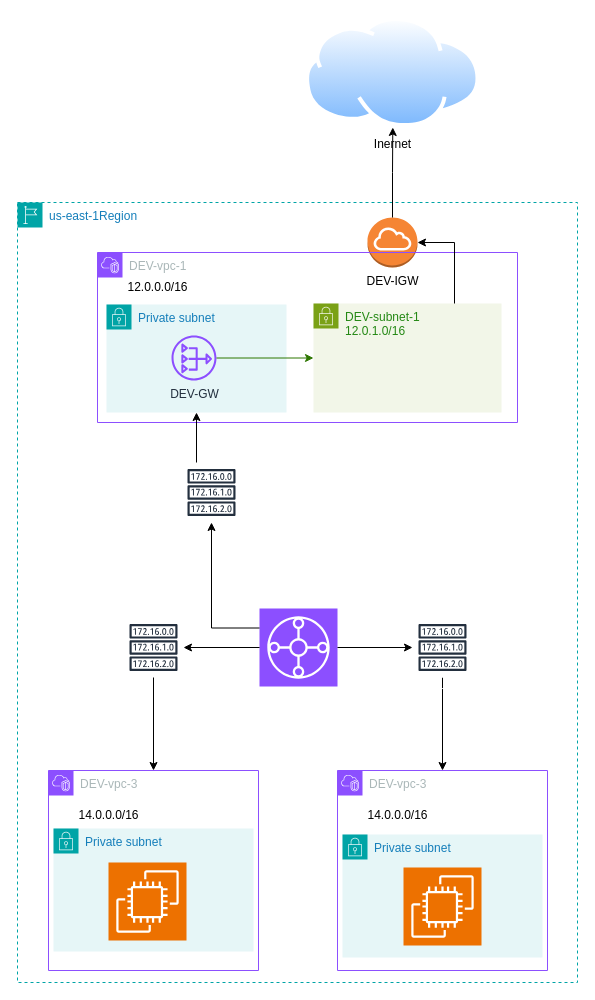
Mohamed-Eleraki/terraform keeps this draw.io diagram as AWS_Demo/04-Article-TransitGateway/TransitGateway-demo-2.drawio. Above is the earlier version. Source tidied: cells renumbered, new cells numbered last; positions are measured from the earlier drawing's top-left corner, leaving out a move shared by most shapes. Both pictures are drawn from the tidied source at 100%, with x=0, y=0 at pixel (17, 17).
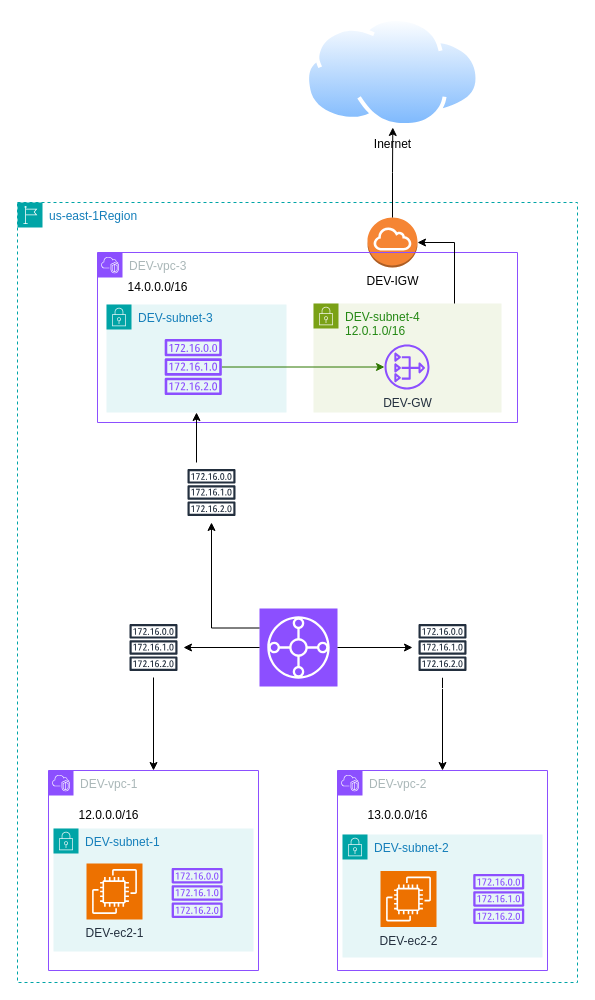
After the change.

The change refers to these unchanged cells:
```xml
<mxCell id="2" value="us-east-1Region" style="gradientColor=none;html=1;whiteSpace=wrap;fontSize=12;fontStyle=0;shape=mxgraph.aws4.group;grIcon=mxgraph.aws4.group_region;strokeColor=#00A4A6;fillColor=none;verticalAlign=top;align=left;spacingLeft=30;fontColor=#147EBA;dashed=1;" parent="1" vertex="1">
  <mxGeometry y="185" width="560" height="780" as="geometry" />
</mxCell>
```

The edit, as a diff of the source:
```diff
@@
-    <mxCell id="3" value="DEV-vpc-3" style="points=[[0,0],[0.25,0],[0.5,0],[0.75,0],[1,0],[1,0.25],[1,0.5],[1,0.75],[1,1],[0.75,1],[0.5,1],[0.25,1],[0,1],[0,0.75],[0,0.5],[0,0.25]];outlineConnect=0;gradientColor=none;html=1;whiteSpace=wrap;fontSize=12;fontStyle=0;shape=mxgraph.aws4.group;grIcon=mxgraph.aws4.group_vpc2;strokeColor=#8C4FFF;fillColor=none;verticalAlign=top;align=left;spacingLeft=30;fontColor=#AAB7B8;dashed=0;" parent="2" vertex="1">
+    <mxCell id="3" value="DEV-vpc-2" style="points=[[0,0],[0.25,0],[0.5,0],[0.75,0],[1,0],[1,0.25],[1,0.5],[1,0.75],[1,1],[0.75,1],[0.5,1],[0.25,1],[0,1],[0,0.75],[0,0.5],[0,0.25]];outlineConnect=0;gradientColor=none;html=1;whiteSpace=wrap;fontSize=12;fontStyle=0;shape=mxgraph.aws4.group;grIcon=mxgraph.aws4.group_vpc2;strokeColor=#8C4FFF;fillColor=none;verticalAlign=top;align=left;spacingLeft=30;fontColor=#AAB7B8;dashed=0;" parent="2" vertex="1">
       <mxGeometry x="320" y="568" width="210" height="200" as="geometry" />
     </mxCell>
-    <mxCell id="4" value="14.0.0.0/16" style="text;html=1;align=center;verticalAlign=middle;strokeColor=none;fillColor=none;" parent="3" vertex="1">
+    <mxCell id="4" value="13.0.0.0/16" style="text;html=1;align=center;verticalAlign=middle;strokeColor=none;fillColor=none;" parent="3" vertex="1">
       <mxGeometry x="20" y="30" width="80" height="30" as="geometry" />
     </mxCell>
-    <mxCell id="5" value="Private subnet" style="gradientColor=none;html=1;whiteSpace=wrap;fontSize=12;fontStyle=0;shape=mxgraph.aws4.group;grIcon=mxgraph.aws4.group_security_group;grStroke=0;strokeColor=#00A4A6;fillColor=#E6F6F7;verticalAlign=top;align=left;spacingLeft=30;fontColor=#147EBA;dashed=0;" parent="3" vertex="1">
+    <mxCell id="5" value="DEV-subnet-2" style="gradientColor=none;html=1;whiteSpace=wrap;fontSize=12;fontStyle=0;shape=mxgraph.aws4.group;grIcon=mxgraph.aws4.group_security_group;grStroke=0;strokeColor=#00A4A6;fillColor=#E6F6F7;verticalAlign=top;align=left;spacingLeft=30;fontColor=#147EBA;dashed=0;" parent="3" vertex="1">
       <mxGeometry x="5" y="64" width="200" height="123" as="geometry" />
     </mxCell>
-    <mxCell id="6" style="sketch=0;fontColor=#232F3E;fillColor=#ED7100;strokeColor=#ffffff;dashed=0;verticalLabelPosition=bottom;verticalAlign=top;align=center;html=1;fontSize=12;fontStyle=0;shape=mxgraph.aws4.resourceIcon;resIcon=mxgraph.aws4.ec2;" parent="5" vertex="1">
-      <mxGeometry x="61" y="33" width="78" height="78" as="geometry" />
-    </mxCell>
+    <mxCell id="31" value="DEV-ec2-2" style="sketch=0;fontColor=#232F3E;fillColor=#ED7100;strokeColor=#ffffff;dashed=0;verticalLabelPosition=bottom;verticalAlign=top;align=center;html=1;fontSize=12;fontStyle=0;shape=mxgraph.aws4.resourceIcon;resIcon=mxgraph.aws4.ec2;" parent="5" vertex="1">
+      <mxGeometry x="38" y="36.5" width="56" height="56" as="geometry" />
+    </mxCell>
+    <mxCell id="32" style="sketch=0;fontColor=#232F3E;gradientColor=none;fillColor=#8C4FFF;strokeColor=none;dashed=0;verticalLabelPosition=bottom;verticalAlign=top;align=center;html=1;fontSize=12;fontStyle=0;shape=mxgraph.aws4.route_table;" parent="5" vertex="1">
+      <mxGeometry x="130.6" y="39.5" width="51.3" height="50" as="geometry" />
+    </mxCell>
@@
-    <mxCell id="10" value="DEV-vpc-3" style="points=[[0,0],[0.25,0],[0.5,0],[0.75,0],[1,0],[1,0.25],[1,0.5],[1,0.75],[1,1],[0.75,1],[0.5,1],[0.25,1],[0,1],[0,0.75],[0,0.5],[0,0.25]];outlineConnect=0;gradientColor=none;html=1;whiteSpace=wrap;fontSize=12;fontStyle=0;shape=mxgraph.aws4.group;grIcon=mxgraph.aws4.group_vpc2;strokeColor=#8C4FFF;fillColor=none;verticalAlign=top;align=left;spacingLeft=30;fontColor=#AAB7B8;dashed=0;" parent="2" vertex="1">
+    <mxCell id="10" value="DEV-vpc-1" style="points=[[0,0],[0.25,0],[0.5,0],[0.75,0],[1,0],[1,0.25],[1,0.5],[1,0.75],[1,1],[0.75,1],[0.5,1],[0.25,1],[0,1],[0,0.75],[0,0.5],[0,0.25]];outlineConnect=0;gradientColor=none;html=1;whiteSpace=wrap;fontSize=12;fontStyle=0;shape=mxgraph.aws4.group;grIcon=mxgraph.aws4.group_vpc2;strokeColor=#8C4FFF;fillColor=none;verticalAlign=top;align=left;spacingLeft=30;fontColor=#AAB7B8;dashed=0;" parent="2" vertex="1">
       <mxGeometry x="31" y="568" width="210" height="200" as="geometry" />
     </mxCell>
-    <mxCell id="11" value="14.0.0.0/16" style="text;html=1;align=center;verticalAlign=middle;strokeColor=none;fillColor=none;" parent="10" vertex="1">
+    <mxCell id="11" value="12.0.0.0/16" style="text;html=1;align=center;verticalAlign=middle;strokeColor=none;fillColor=none;" parent="10" vertex="1">
       <mxGeometry x="20" y="30" width="80" height="30" as="geometry" />
     </mxCell>
@@
-    <mxCell id="19" value="DEV-vpc-1" style="gradientColor=none;html=1;whiteSpace=wrap;fontSize=12;fontStyle=0;shape=mxgraph.aws4.group;grIcon=mxgraph.aws4.group_vpc2;strokeColor=#8C4FFF;fillColor=none;verticalAlign=top;align=left;spacingLeft=30;fontColor=#AAB7B8;dashed=0;" parent="2" vertex="1">
+    <mxCell id="19" value="DEV-vpc-3" style="gradientColor=none;html=1;whiteSpace=wrap;fontSize=12;fontStyle=0;shape=mxgraph.aws4.group;grIcon=mxgraph.aws4.group_vpc2;strokeColor=#8C4FFF;fillColor=none;verticalAlign=top;align=left;spacingLeft=30;fontColor=#AAB7B8;dashed=0;" parent="2" vertex="1">
       <mxGeometry x="80" y="50" width="420" height="170" as="geometry" />
     </mxCell>
-    <mxCell id="20" value="DEV-subnet-1&lt;br&gt;12.0.1.0/16" style="points=[[0,0],[0.25,0],[0.5,0],[0.75,0],[1,0],[1,0.25],[1,0.5],[1,0.75],[1,1],[0.75,1],[0.5,1],[0.25,1],[0,1],[0,0.75],[0,0.5],[0,0.25]];outlineConnect=0;gradientColor=none;html=1;whiteSpace=wrap;fontSize=12;fontStyle=0;shape=mxgraph.aws4.group;grIcon=mxgraph.aws4.group_security_group;grStroke=0;strokeColor=#7AA116;fillColor=#F2F6E8;verticalAlign=top;align=left;spacingLeft=30;fontColor=#248814;dashed=0;" parent="19" vertex="1">
+    <mxCell id="20" value="DEV-subnet-4&lt;br&gt;12.0.1.0/16" style="points=[[0,0],[0.25,0],[0.5,0],[0.75,0],[1,0],[1,0.25],[1,0.5],[1,0.75],[1,1],[0.75,1],[0.5,1],[0.25,1],[0,1],[0,0.75],[0,0.5],[0,0.25]];outlineConnect=0;gradientColor=none;html=1;whiteSpace=wrap;fontSize=12;fontStyle=0;shape=mxgraph.aws4.group;grIcon=mxgraph.aws4.group_security_group;grStroke=0;strokeColor=#7AA116;fillColor=#F2F6E8;verticalAlign=top;align=left;spacingLeft=30;fontColor=#248814;dashed=0;" parent="19" vertex="1">
       <mxGeometry x="216" y="51" width="188" height="109" as="geometry" />
     </mxCell>
-    <mxCell id="21" value="12.0.0.0/16" style="text;html=1;align=center;verticalAlign=middle;strokeColor=none;fillColor=none;" parent="19" vertex="1">
+    <mxCell id="21" value="14.0.0.0/16" style="text;html=1;align=center;verticalAlign=middle;strokeColor=none;fillColor=none;" parent="19" vertex="1">
       <mxGeometry x="20" y="20" width="80" height="30" as="geometry" />
     </mxCell>
-    <mxCell id="22" value="Private subnet" style="points=[[0,0],[0.25,0],[0.5,0],[0.75,0],[1,0],[1,0.25],[1,0.5],[1,0.75],[1,1],[0.75,1],[0.5,1],[0.25,1],[0,1],[0,0.75],[0,0.5],[0,0.25]];outlineConnect=0;gradientColor=none;html=1;whiteSpace=wrap;fontSize=12;fontStyle=0;shape=mxgraph.aws4.group;grIcon=mxgraph.aws4.group_security_group;grStroke=0;strokeColor=#00A4A6;fillColor=#E6F6F7;verticalAlign=top;align=left;spacingLeft=30;fontColor=#147EBA;dashed=0;" parent="2" vertex="1">
+    <mxCell id="22" value="DEV-subnet-3" style="points=[[0,0],[0.25,0],[0.5,0],[0.75,0],[1,0],[1,0.25],[1,0.5],[1,0.75],[1,1],[0.75,1],[0.5,1],[0.25,1],[0,1],[0,0.75],[0,0.5],[0,0.25]];outlineConnect=0;gradientColor=none;html=1;whiteSpace=wrap;fontSize=12;fontStyle=0;shape=mxgraph.aws4.group;grIcon=mxgraph.aws4.group_security_group;grStroke=0;strokeColor=#00A4A6;fillColor=#E6F6F7;verticalAlign=top;align=left;spacingLeft=30;fontColor=#147EBA;dashed=0;" parent="2" vertex="1">
       <mxGeometry x="89" y="102" width="180" height="108" as="geometry" />
     </mxCell>
     <mxCell id="23" value="DEV-GW" style="sketch=0;outlineConnect=0;fontColor=#232F3E;gradientColor=none;fillColor=#8C4FFF;strokeColor=none;dashed=0;verticalLabelPosition=bottom;verticalAlign=top;align=center;html=1;fontSize=12;fontStyle=0;shape=mxgraph.aws4.nat_gateway;" parent="22" vertex="1">
-      <mxGeometry x="65" y="31" width="45" height="45" as="geometry" />
+      <mxGeometry x="278" y="40" width="45" height="45" as="geometry" />
     </mxCell>
+    <mxCell id="33" style="edgeStyle=orthogonalEdgeStyle;rounded=0;jettySize=auto;html=1;fillColor=#60a917;strokeColor=#2D7600;" parent="22" edge="1" source="34" target="23">
+      <mxGeometry relative="1" as="geometry" />
+    </mxCell>
+    <mxCell id="34" style="sketch=0;outlineConnect=0;fontColor=#232F3E;gradientColor=none;fillColor=#8C4FFF;strokeColor=none;dashed=0;verticalLabelPosition=bottom;verticalAlign=top;align=center;html=1;fontSize=12;fontStyle=0;shape=mxgraph.aws4.route_table;" parent="22" vertex="1">
+      <mxGeometry x="58" y="34.5" width="57.5" height="56" as="geometry" />
+    </mxCell>
@@
-    <mxCell id="26" style="edgeStyle=orthogonalEdgeStyle;rounded=0;jettySize=auto;html=1;strokeColor=#2D7600;fillColor=#60a917;" parent="2" edge="1" source="23" target="20">
-      <mxGeometry relative="1" as="geometry" />
-    </mxCell>
@@
-    <mxCell id="28" value="Private subnet" style="gradientColor=none;html=1;whiteSpace=wrap;fontSize=12;fontStyle=0;shape=mxgraph.aws4.group;grIcon=mxgraph.aws4.group_security_group;grStroke=0;strokeColor=#00A4A6;fillColor=#E6F6F7;verticalAlign=top;align=left;spacingLeft=30;fontColor=#147EBA;dashed=0;" parent="1" vertex="1">
+    <mxCell id="28" value="DEV-subnet-1" style="gradientColor=none;html=1;whiteSpace=wrap;fontSize=12;fontStyle=0;shape=mxgraph.aws4.group;grIcon=mxgraph.aws4.group_security_group;grStroke=0;strokeColor=#00A4A6;fillColor=#E6F6F7;verticalAlign=top;align=left;spacingLeft=30;fontColor=#147EBA;dashed=0;" parent="1" vertex="1">
       <mxGeometry x="36" y="811" width="200" height="123" as="geometry" />
     </mxCell>
-    <mxCell id="29" style="sketch=0;fontColor=#232F3E;fillColor=#ED7100;strokeColor=#ffffff;dashed=0;verticalLabelPosition=bottom;verticalAlign=top;align=center;html=1;fontSize=12;fontStyle=0;shape=mxgraph.aws4.resourceIcon;resIcon=mxgraph.aws4.ec2;" parent="28" vertex="1">
-      <mxGeometry x="55" y="34" width="78" height="78" as="geometry" />
+    <mxCell id="29" value="DEV-ec2-1" style="sketch=0;fontColor=#232F3E;fillColor=#ED7100;strokeColor=#ffffff;dashed=0;verticalLabelPosition=bottom;verticalAlign=top;align=center;html=1;fontSize=12;fontStyle=0;shape=mxgraph.aws4.resourceIcon;resIcon=mxgraph.aws4.ec2;" parent="28" vertex="1">
+      <mxGeometry x="33" y="35" width="56" height="56" as="geometry" />
     </mxCell>
+    <mxCell id="35" style="sketch=0;fontColor=#232F3E;gradientColor=none;fillColor=#8C4FFF;strokeColor=none;dashed=0;verticalLabelPosition=bottom;verticalAlign=top;align=center;html=1;fontSize=12;fontStyle=0;shape=mxgraph.aws4.route_table;" parent="28" vertex="1">
+      <mxGeometry x="118" y="39.5" width="51.3" height="50" as="geometry" />
+    </mxCell>
```
